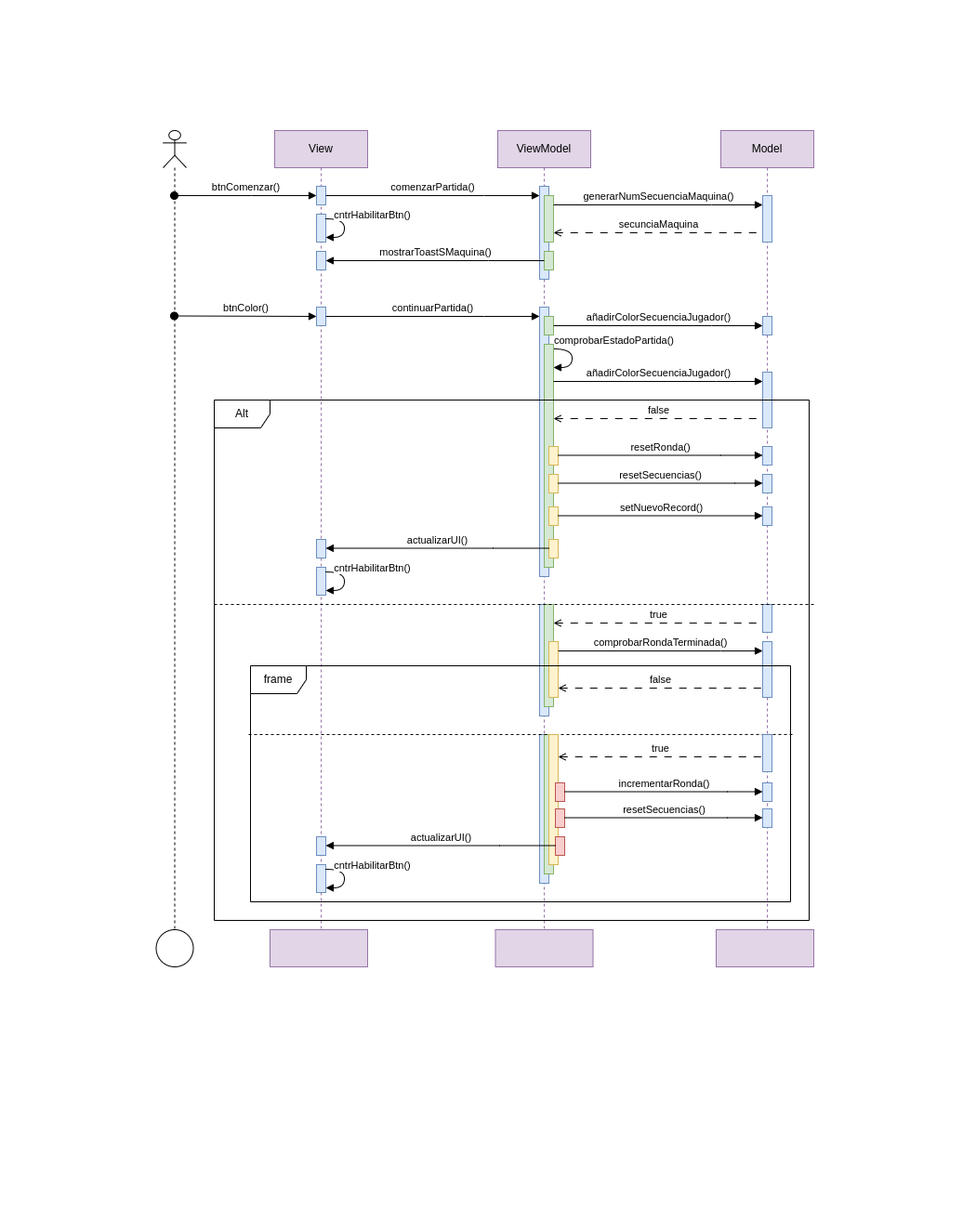
LuciaPosada/Projecto01---PMDM keeps this draw.io diagram as img/diagrama_secuencia.png. Above is the earlier version. Source tidied: cells renumbered, new cells last; positions are measured from the earlier drawing's top-left corner, leaving out a move shared by most shapes.
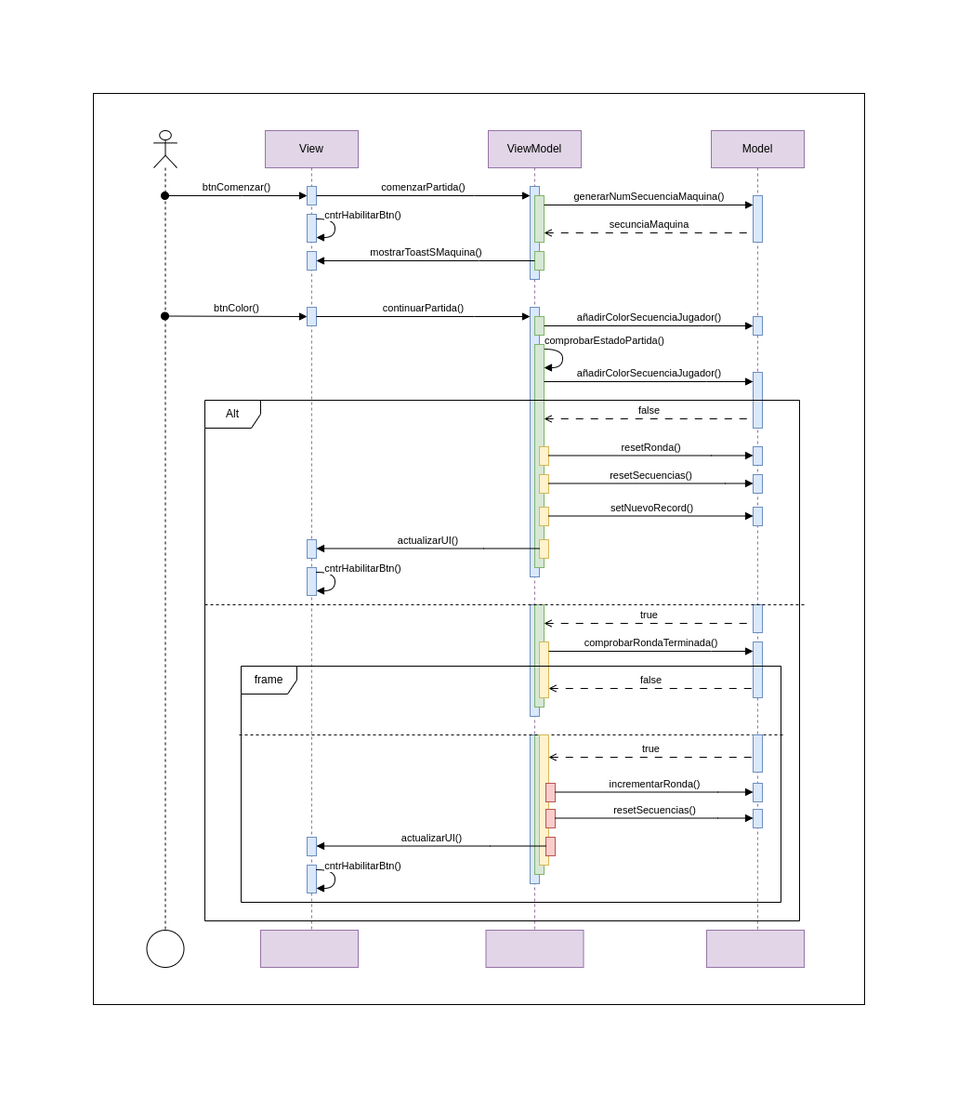
After the change.

Commit message:
añadido diagrama

Diff of the diagram source:
```diff
@@ -334,5 +334,8 @@
     <mxCell id="77" style="ellipse;whiteSpace=wrap;html=1;" parent="1" vertex="1">
       <mxGeometry x="-0.5" y="860" width="40" height="40" as="geometry" />
     </mxCell>
+    <mxCell id="78" style="rounded=0;whiteSpace=wrap;html=1;fillColor=none;" parent="1" vertex="1">
+      <mxGeometry x="-58" y="-40" width="830" height="980" as="geometry" />
+    </mxCell>
   </root>
 </mxGraphModel>
```
